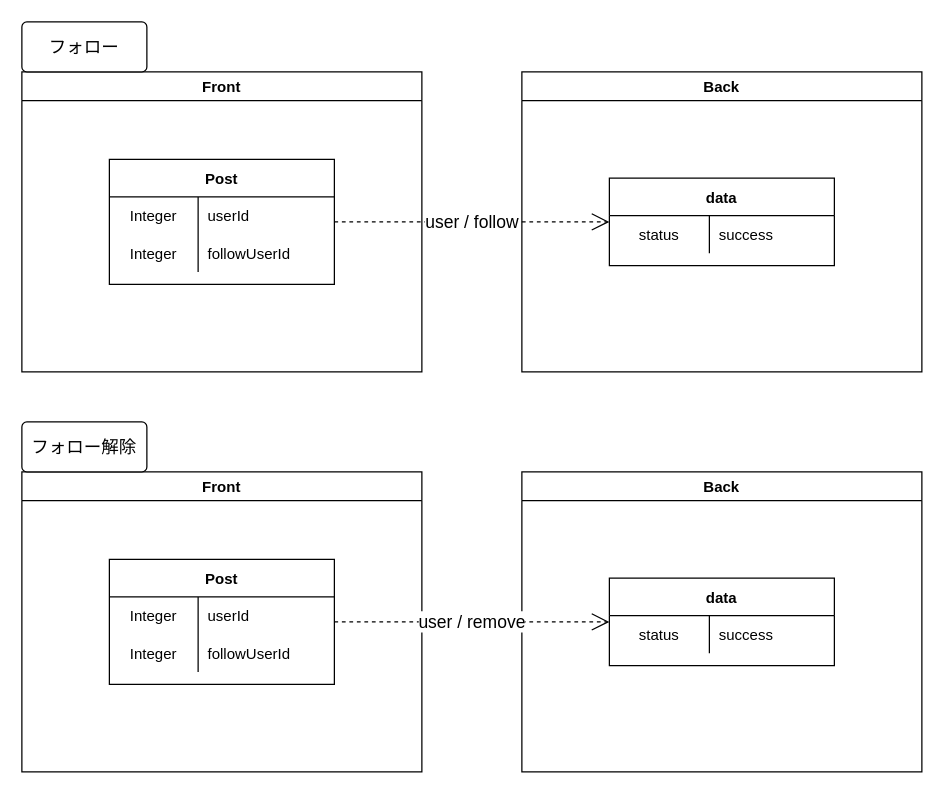
yusuke-rakus/Qiish keeps this draw.io diagram as page "フォロー機能" (10 of 16) of Designs/基本設計.drawio. Above is the earlier version. Source tidied: cells renumbered, new cells numbered last; positions are measured from the earlier drawing's top-left corner, leaving out a move shared by most shapes. Both pictures are drawn from the tidied source at 125%, with x=0, y=0 at pixel (21, 21).
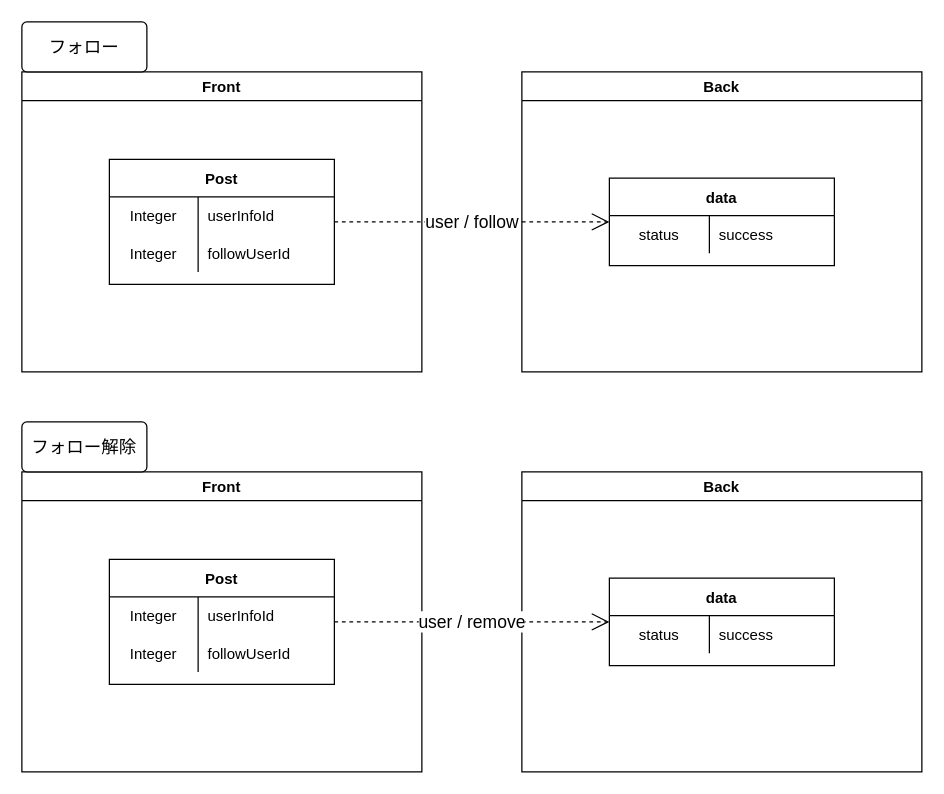
The same diagram, later.

The change refers to these unchanged cells:
```xml
<mxCell id="4" style="shape=partialRectangle;fillColor=none;top=0;left=0;bottom=0;right=0;" parent="3" vertex="1">
  <mxGeometry y="30" width="180" height="30" as="geometry" />
</mxCell>
<mxCell id="18" style="shape=partialRectangle;fillColor=none;top=0;left=0;bottom=0;right=0;" parent="17" vertex="1">
  <mxGeometry y="30" width="180" height="30" as="geometry" />
</mxCell>
```

Diff of the diagram source:
```diff
@@
-    <mxCell id="6" value="userId" style="shape=partialRectangle;fillColor=none;top=0;left=0;bottom=0;right=0;align=left;spacingLeft=6;overflow=hidden;" parent="4" vertex="1">
+    <mxCell id="6" value="userInfoId" style="shape=partialRectangle;fillColor=none;top=0;left=0;bottom=0;right=0;align=left;spacingLeft=6;overflow=hidden;" parent="4" vertex="1">
       <mxGeometry x="71" width="109" height="30" as="geometry" />
     </mxCell>
@@
-    <mxCell id="20" value="userId" style="shape=partialRectangle;fillColor=none;top=0;left=0;bottom=0;right=0;align=left;spacingLeft=6;overflow=hidden;" parent="18" vertex="1">
+    <mxCell id="20" value="userInfoId" style="shape=partialRectangle;fillColor=none;top=0;left=0;bottom=0;right=0;align=left;spacingLeft=6;overflow=hidden;" parent="18" vertex="1">
       <mxGeometry x="71" width="109" height="30" as="geometry" />
     </mxCell>
```
